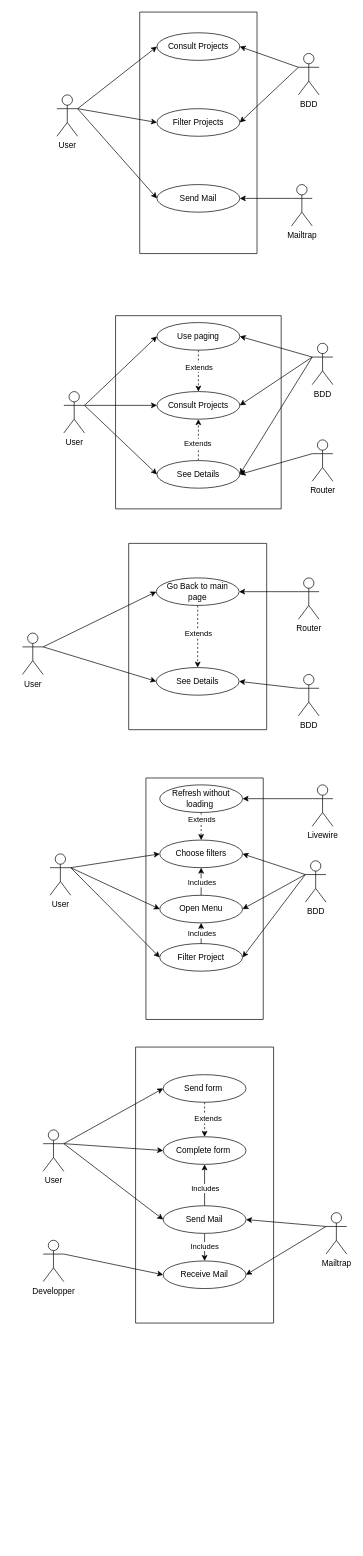
Earlier version of the draw.io diagram ProdDocs/UseCaseDiagram.drawio (Conchero/Portfolio_Source). Source tidied: cells renumbered, new cells numbered last; positions are measured from the earlier drawing's top-left corner, leaving out a move shared by most shapes. Both pictures are drawn from the tidied source at 69%, with x=0, y=0 at pixel (22, 12).
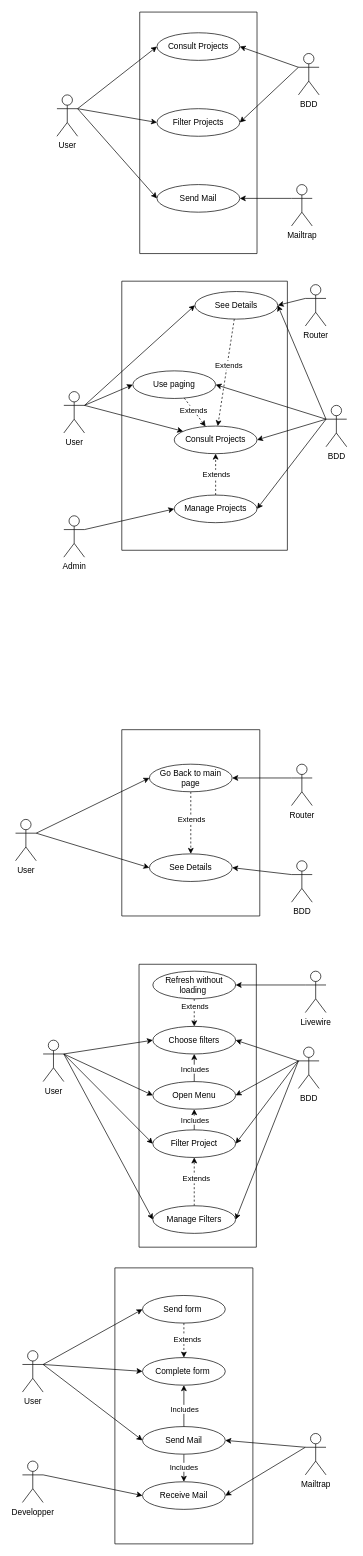
The same page after the edit.

Commit message (it also covers changes not shown here):
class diagram

Unchanged cells that the change refers to:
```xml
<mxCell id="31" value="Filter Project" style="ellipse;whiteSpace=wrap;html=1;" parent="30" vertex="1">
  <mxGeometry x="20" y="240" width="120" height="40" as="geometry" />
</mxCell>
```

The edit, as a diff of the source:
```diff
@@
     <mxCell id="6" style="swimlane;startSize=0;" parent="1" vertex="1">
-      <mxGeometry x="135" y="440" width="240" height="280" as="geometry" />
+      <mxGeometry x="144" y="390" width="240" height="390" as="geometry" />
     </mxCell>
     <mxCell id="7" value="Consult Projects" style="ellipse;whiteSpace=wrap;html=1;" parent="6" vertex="1">
-      <mxGeometry x="60" y="110" width="120" height="40" as="geometry" />
+      <mxGeometry x="76" y="210" width="120" height="40" as="geometry" />
     </mxCell>
@@
     <mxCell id="10" value="Use paging" style="ellipse;whiteSpace=wrap;html=1;" parent="6" vertex="1">
-      <mxGeometry x="60" y="10" width="120" height="40" as="geometry" />
+      <mxGeometry x="16" y="130" width="120" height="40" as="geometry" />
     </mxCell>
-    <mxCell id="11" style="edgeStyle=orthogonalEdgeStyle;rounded=0;jettySize=auto;html=1;dashed=1;" parent="6" edge="1" source="13" target="7">
+    <mxCell id="11" style="rounded=0;jettySize=auto;html=1;dashed=1;" parent="6" edge="1" source="13" target="7">
       <mxGeometry relative="1" as="geometry" />
     </mxCell>
@@
     <mxCell id="13" value="See Details" style="ellipse;whiteSpace=wrap;html=1;" parent="6" vertex="1">
-      <mxGeometry x="60" y="210" width="120" height="40" as="geometry" />
+      <mxGeometry x="106" y="15" width="120" height="40" as="geometry" />
     </mxCell>
+    <mxCell id="86" style="edgeStyle=none;html=1;dashed=1;" parent="6" edge="1" source="88" target="7">
+      <mxGeometry relative="1" as="geometry" />
+    </mxCell>
+    <mxCell id="87" value="Extends" style="edgeLabel;html=1;align=center;verticalAlign=middle;" parent="86" vertex="1">
+      <mxGeometry x="0.03" relative="1" as="geometry" />
+    </mxCell>
+    <mxCell id="88" value="Manage Projects" style="ellipse;whiteSpace=wrap;html=1;" parent="6" vertex="1">
+      <mxGeometry x="76" y="310" width="120" height="40" as="geometry" />
+    </mxCell>
     <mxCell id="14" style="swimlane;startSize=0;" parent="1" vertex="1">
-      <mxGeometry x="154" y="770" width="200" height="270" as="geometry" />
+      <mxGeometry x="144" y="1040" width="200" height="270" as="geometry" />
     </mxCell>
@@
     <mxCell id="19" style="swimlane;startSize=0;" parent="1" vertex="1">
-      <mxGeometry x="164" y="1500" width="200" height="400" as="geometry" />
+      <mxGeometry x="134" y="1820" width="200" height="400" as="geometry" />
     </mxCell>
@@
     <mxCell id="30" style="swimlane;startSize=0;" parent="1" vertex="1">
-      <mxGeometry x="179" y="1110" width="170" height="350" as="geometry" />
+      <mxGeometry x="169" y="1380" width="170" height="410" as="geometry" />
     </mxCell>
@@
+    <mxCell id="89" style="edgeStyle=none;html=1;dashed=1;" parent="30" edge="1" source="91" target="31">
+      <mxGeometry relative="1" as="geometry" />
+    </mxCell>
+    <mxCell id="90" value="Extends" style="edgeLabel;html=1;align=center;verticalAlign=middle;" parent="89" vertex="1">
+      <mxGeometry x="0.14" y="-2" relative="1" as="geometry" />
+    </mxCell>
+    <mxCell id="91" value="Manage Filters" style="ellipse;whiteSpace=wrap;html=1;" parent="30" vertex="1">
+      <mxGeometry x="20" y="350" width="120" height="40" as="geometry" />
+    </mxCell>
@@
+    <mxCell id="92" style="edgeStyle=none;html=1;entryX=1;entryY=0.5;entryDx=0;entryDy=0;exitX=0;exitY=0.3333333333333333;exitDx=0;exitDy=0;exitPerimeter=0;" parent="1" edge="1" source="55" target="88">
+      <mxGeometry relative="1" as="geometry" />
+    </mxCell>
     <mxCell id="55" value="BDD" style="shape=umlActor;verticalLabelPosition=bottom;verticalAlign=top;html=1;outlineConnect=0;" parent="1" vertex="1">
-      <mxGeometry x="420" y="480" width="30" height="60" as="geometry" />
+      <mxGeometry x="440" y="570" width="30" height="60" as="geometry" />
     </mxCell>
@@
     <mxCell id="57" value="Router" style="shape=umlActor;verticalLabelPosition=bottom;verticalAlign=top;html=1;outlineConnect=0;" parent="1" vertex="1">
-      <mxGeometry x="420" y="620" width="30" height="60" as="geometry" />
+      <mxGeometry x="410" y="395" width="30" height="60" as="geometry" />
     </mxCell>
@@
     <mxCell id="59" value="User" style="shape=umlActor;verticalLabelPosition=bottom;verticalAlign=top;html=1;outlineConnect=0;" parent="1" vertex="1">
-      <mxGeometry y="900" width="30" height="60" as="geometry" />
+      <mxGeometry x="-10" y="1170" width="30" height="60" as="geometry" />
     </mxCell>
@@
+    <mxCell id="93" style="edgeStyle=none;html=1;entryX=0;entryY=0.5;entryDx=0;entryDy=0;exitX=1;exitY=0.3333333333333333;exitDx=0;exitDy=0;exitPerimeter=0;" parent="1" edge="1" source="62" target="91">
+      <mxGeometry relative="1" as="geometry" />
+    </mxCell>
     <mxCell id="62" value="User" style="shape=umlActor;verticalLabelPosition=bottom;verticalAlign=top;html=1;outlineConnect=0;" parent="1" vertex="1">
-      <mxGeometry x="40" y="1220" width="30" height="60" as="geometry" />
+      <mxGeometry x="30" y="1490" width="30" height="60" as="geometry" />
     </mxCell>
@@
     <mxCell id="67" value="User" style="shape=umlActor;verticalLabelPosition=bottom;verticalAlign=top;html=1;outlineConnect=0;" parent="1" vertex="1">
-      <mxGeometry x="30" y="1620" width="30" height="60" as="geometry" />
+      <mxGeometry y="1940" width="30" height="60" as="geometry" />
     </mxCell>
@@
     <mxCell id="70" value="Developper" style="shape=umlActor;verticalLabelPosition=bottom;verticalAlign=top;html=1;outlineConnect=0;" parent="1" vertex="1">
-      <mxGeometry x="30" y="1780" width="30" height="60" as="geometry" />
+      <mxGeometry y="2100" width="30" height="60" as="geometry" />
     </mxCell>
@@
     <mxCell id="74" value="BDD" style="shape=umlActor;verticalLabelPosition=bottom;verticalAlign=top;html=1;outlineConnect=0;" parent="1" vertex="1">
-      <mxGeometry x="400" y="960" width="30" height="60" as="geometry" />
+      <mxGeometry x="390" y="1230" width="30" height="60" as="geometry" />
     </mxCell>
@@
     <mxCell id="76" value="Router" style="shape=umlActor;verticalLabelPosition=bottom;verticalAlign=top;html=1;outlineConnect=0;" parent="1" vertex="1">
-      <mxGeometry x="400" y="820" width="30" height="60" as="geometry" />
+      <mxGeometry x="390" y="1090" width="30" height="60" as="geometry" />
     </mxCell>
@@
     <mxCell id="78" value="Livewire" style="shape=umlActor;verticalLabelPosition=bottom;verticalAlign=top;html=1;outlineConnect=0;" parent="1" vertex="1">
-      <mxGeometry x="420" y="1120" width="30" height="60" as="geometry" />
+      <mxGeometry x="410" y="1390" width="30" height="60" as="geometry" />
     </mxCell>
@@
+    <mxCell id="94" style="edgeStyle=none;html=1;entryX=1;entryY=0.5;entryDx=0;entryDy=0;exitX=0;exitY=0.3333333333333333;exitDx=0;exitDy=0;exitPerimeter=0;" parent="1" edge="1" source="80" target="91">
+      <mxGeometry relative="1" as="geometry" />
+    </mxCell>
     <mxCell id="80" value="BDD" style="shape=umlActor;verticalLabelPosition=bottom;verticalAlign=top;html=1;outlineConnect=0;" parent="1" vertex="1">
-      <mxGeometry x="410" y="1230" width="30" height="60" as="geometry" />
+      <mxGeometry x="400" y="1500" width="30" height="60" as="geometry" />
     </mxCell>
@@
     <mxCell id="83" value="Mailtrap" style="shape=umlActor;verticalLabelPosition=bottom;verticalAlign=top;html=1;outlineConnect=0;" parent="1" vertex="1">
-      <mxGeometry x="440" y="1740" width="30" height="60" as="geometry" />
+      <mxGeometry x="410" y="2060" width="30" height="60" as="geometry" />
     </mxCell>
@@
+    <mxCell id="95" style="edgeStyle=none;html=1;entryX=0;entryY=0.5;entryDx=0;entryDy=0;exitX=1;exitY=0.3333333333333333;exitDx=0;exitDy=0;exitPerimeter=0;" parent="1" edge="1" source="96" target="88">
+      <mxGeometry relative="1" as="geometry" />
+    </mxCell>
+    <mxCell id="96" value="Admin" style="shape=umlActor;verticalLabelPosition=bottom;verticalAlign=top;html=1;outlineConnect=0;" parent="1" vertex="1">
+      <mxGeometry x="60" y="730" width="30" height="60" as="geometry" />
+    </mxCell>
```
